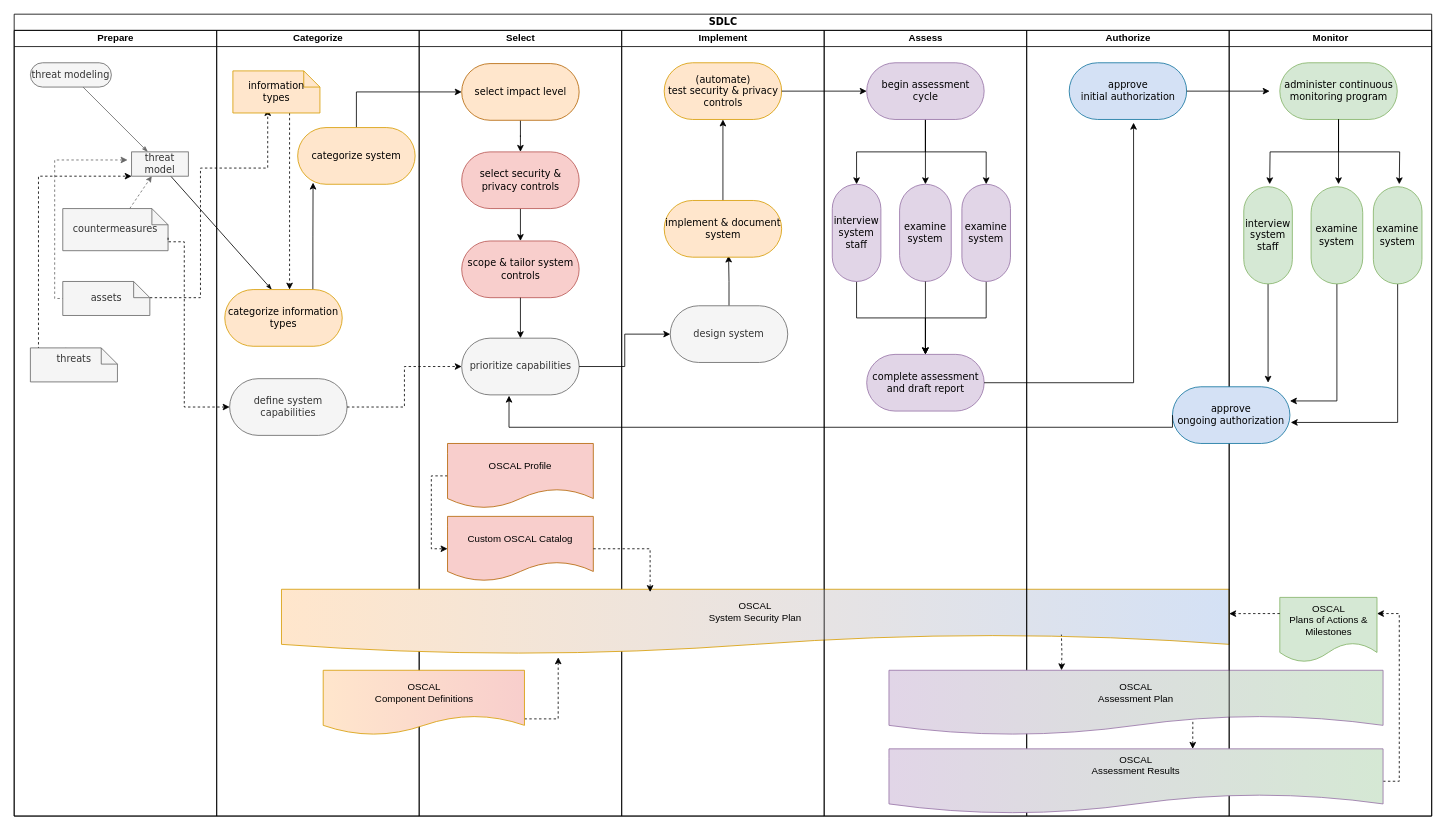
The draw.io diagram diagramming/OSCAL_DevSecOps.drawio in aj-stein/notebook, before the edit. Source tidied: cells renumbered, new cells numbered last; positions are measured from the earlier drawing's top-left corner, leaving out a move shared by most shapes. Both pictures are drawn from the tidied source at 81%, with x=0, y=0 at pixel (14, 14).
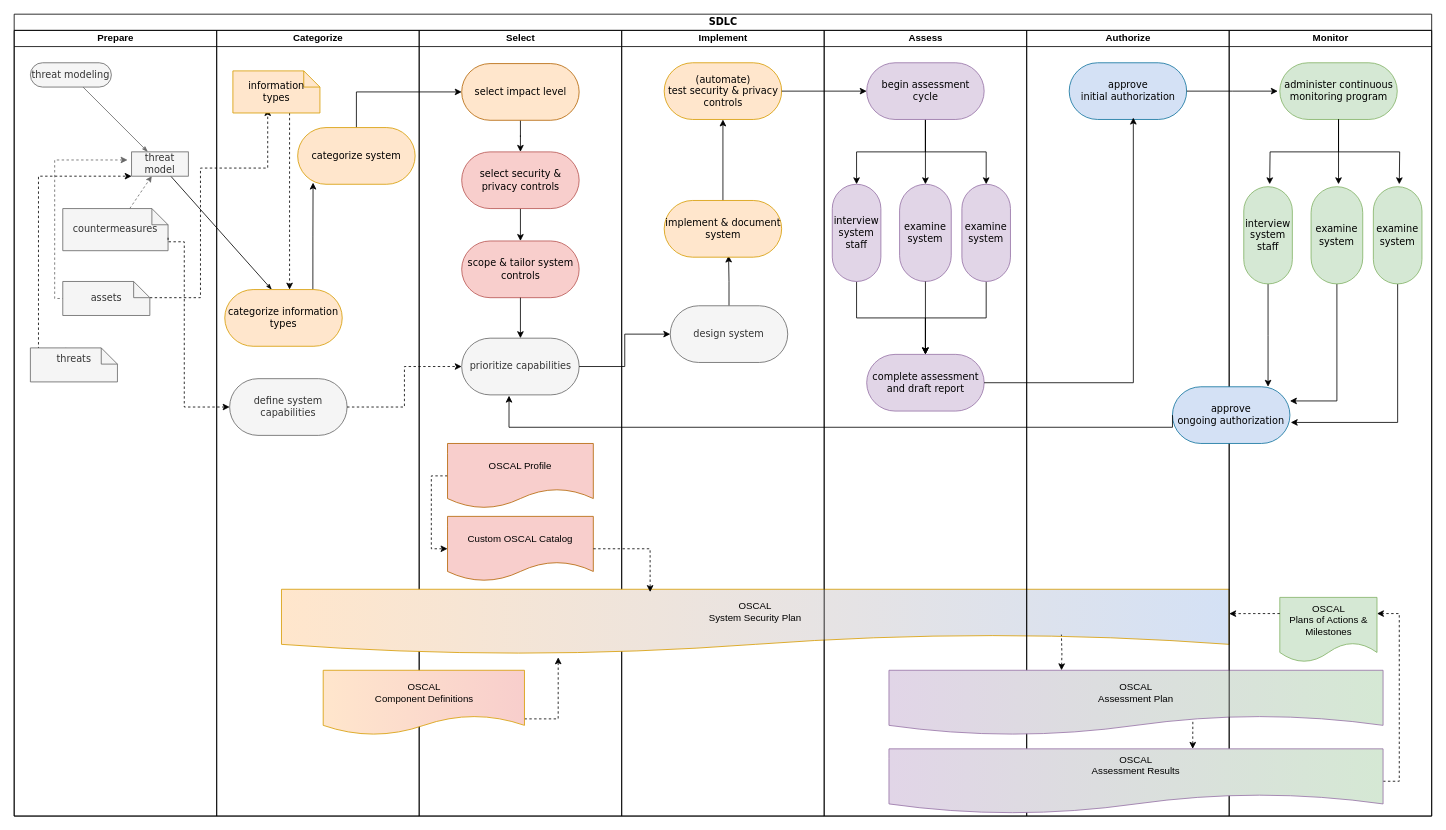
The same page after the edit.

Commit message:
More touchups with arrows.

The change refers to these unchanged cells:
```xml
<mxCell id="54" value="complete assessment and draft report" style="rounded=1;whiteSpace=wrap;html=1;shadow=0;comic=0;labelBackgroundColor=none;strokeWidth=1;fontFamily=Verdana;fontSize=12;align=center;arcSize=50;fillColor=#e1d5e7;strokeColor=#9673a6;" parent="43" vertex="1">
  <mxGeometry x="52.5" y="400" width="145" height="70" as="geometry" />
</mxCell>
<mxCell id="57" value="&lt;div&gt;approve&lt;/div&gt;&lt;div&gt;initial authorization&lt;/div&gt;" style="rounded=1;whiteSpace=wrap;html=1;shadow=0;comic=0;labelBackgroundColor=none;strokeWidth=1;fontFamily=Verdana;fontSize=12;align=center;arcSize=50;fillColor=#D4E1F5;strokeColor=#10739e;" parent="56" vertex="1">
  <mxGeometry x="52.5" y="40" width="145" height="70" as="geometry" />
</mxCell>
<mxCell id="62" value="&lt;div&gt;approve&lt;/div&gt;&lt;div&gt;ongoing authorization&lt;/div&gt;" style="rounded=1;whiteSpace=wrap;html=1;shadow=0;comic=0;labelBackgroundColor=none;strokeWidth=1;fontFamily=Verdana;fontSize=12;align=center;arcSize=50;fillColor=#D4E1F5;strokeColor=#10739e;" parent="60" vertex="1">
  <mxGeometry x="-70" y="440" width="145" height="70" as="geometry" />
</mxCell>
<mxCell id="67" value="interview system staff" style="rounded=1;whiteSpace=wrap;html=1;shadow=0;comic=0;labelBackgroundColor=none;strokeWidth=1;fontFamily=Verdana;fontSize=12;align=center;arcSize=50;fillColor=#d5e8d4;strokeColor=#82b366;" parent="1" vertex="1">
  <mxGeometry x="1518" y="213" width="60" height="120" as="geometry" />
</mxCell>
```

The edit, as a diff of the source:
```diff
@@
-    <mxCell id="64" style="edgeStyle=orthogonalEdgeStyle;rounded=0;jettySize=auto;html=1;exitX=1;exitY=0.5;exitDx=0;exitDy=0;entryX=0.548;entryY=1.057;entryDx=0;entryDy=0;entryPerimeter=0;startArrow=none;startFill=0;endArrow=classic;endFill=1;" parent="1" edge="1" source="54" target="57">
+    <mxCell id="64" style="edgeStyle=orthogonalEdgeStyle;rounded=0;jettySize=auto;html=1;exitX=1;exitY=0.5;exitDx=0;exitDy=0;entryX=0.546;entryY=0.967;entryDx=0;entryDy=0;entryPerimeter=0;startArrow=none;startFill=0;endArrow=classic;endFill=1;" parent="1" edge="1" source="54" target="57">
       <mxGeometry relative="1" as="geometry" />
     </mxCell>
@@
-    <mxCell id="66" style="edgeStyle=orthogonalEdgeStyle;rounded=0;jettySize=auto;html=1;exitX=0.5;exitY=1;exitDx=0;exitDy=0;entryX=0.814;entryY=-0.071;entryDx=0;entryDy=0;entryPerimeter=0;startArrow=none;startFill=0;endArrow=classic;endFill=1;" parent="1" edge="1" source="67" target="62">
-      <mxGeometry relative="1" as="geometry" />
+    <mxCell id="66" style="edgeStyle=orthogonalEdgeStyle;rounded=0;jettySize=auto;html=1;exitX=0.5;exitY=1;exitDx=0;exitDy=0;startArrow=none;startFill=0;endArrow=classic;endFill=1;" parent="1" edge="1" source="67">
+      <mxGeometry relative="1" as="geometry">
+        <mxPoint x="1548" y="460" as="targetPoint" />
+      </mxGeometry>
     </mxCell>
@@
     <mxCell id="72" style="edgeStyle=orthogonalEdgeStyle;rounded=0;jettySize=auto;html=1;exitX=1;exitY=0.5;exitDx=0;exitDy=0;startArrow=none;startFill=0;endArrow=classic;endFill=1;" parent="1" edge="1" source="57">
       <mxGeometry relative="1" as="geometry">
-        <mxPoint x="1550" y="95" as="targetPoint" />
+        <mxPoint x="1560" y="95" as="targetPoint" />
       </mxGeometry>
     </mxCell>
```
